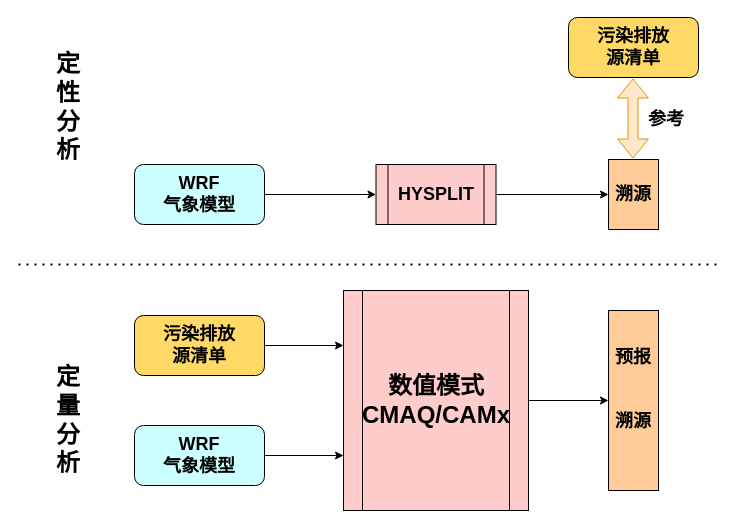
WienWong/Misc keeps this draw.io diagram as 源清单与数值模式.drawio. Above is the earlier version. Source tidied: cells renumbered, new cells numbered last; positions are measured from the earlier drawing's top-left corner, leaving out a move shared by most shapes. Both pictures are drawn from the tidied source at 100%, with x=0, y=0 at pixel (18, 17).
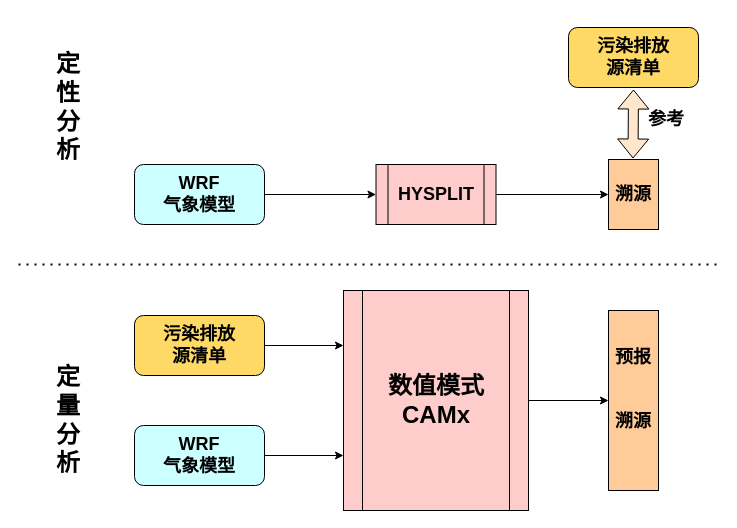
The same diagram, later.

Commit message:
Update 源清单与数值模式.drawio

What changed in the source:
```diff
@@
-    <mxCell id="8" value="&lt;b style=&quot;font-size: 24px&quot;&gt;数值模式&lt;br&gt;CMAQ/CAMx&lt;/b&gt;" style="shape=process;whiteSpace=wrap;html=1;backgroundOutline=1;fillColor=#FFCCCC;" parent="1" vertex="1">
+    <mxCell id="8" value="&lt;b style=&quot;font-size: 24px&quot;&gt;数值模式&lt;br&gt;CAMx&lt;/b&gt;" style="shape=process;whiteSpace=wrap;html=1;backgroundOutline=1;fillColor=#FFCCCC;" parent="1" vertex="1">
       <mxGeometry x="325" y="273" width="185" height="220" as="geometry" />
     </mxCell>
@@
     <mxCell id="11" value="&lt;font style=&quot;font-size: 18px&quot;&gt;&lt;b&gt;污染排放&lt;br&gt;源清单&lt;/b&gt;&lt;b&gt;&lt;br&gt;&lt;/b&gt;&lt;/font&gt;" style="rounded=1;whiteSpace=wrap;html=1;fillColor=#FFD966;" parent="1" vertex="1">
-      <mxGeometry x="550" width="130" height="60" as="geometry" />
+      <mxGeometry x="550" y="10" width="130" height="60" as="geometry" />
     </mxCell>
-    <mxCell id="12" style="shape=flexArrow;endArrow=classic;startArrow=classic;html=1;fillColor=#ffe6cc;strokeColor=#d79b00;" parent="1" edge="1">
+    <mxCell id="12" style="shape=flexArrow;endArrow=classic;startArrow=classic;html=1;fillColor=#ffe6cc;" parent="1" edge="1">
       <mxGeometry relative="1" as="geometry">
         <mxPoint x="614.5" y="141" as="sourcePoint" />
-        <mxPoint x="614.5" y="61" as="targetPoint" />
+        <mxPoint x="615" y="72" as="targetPoint" />
       </mxGeometry>
     </mxCell>
```
